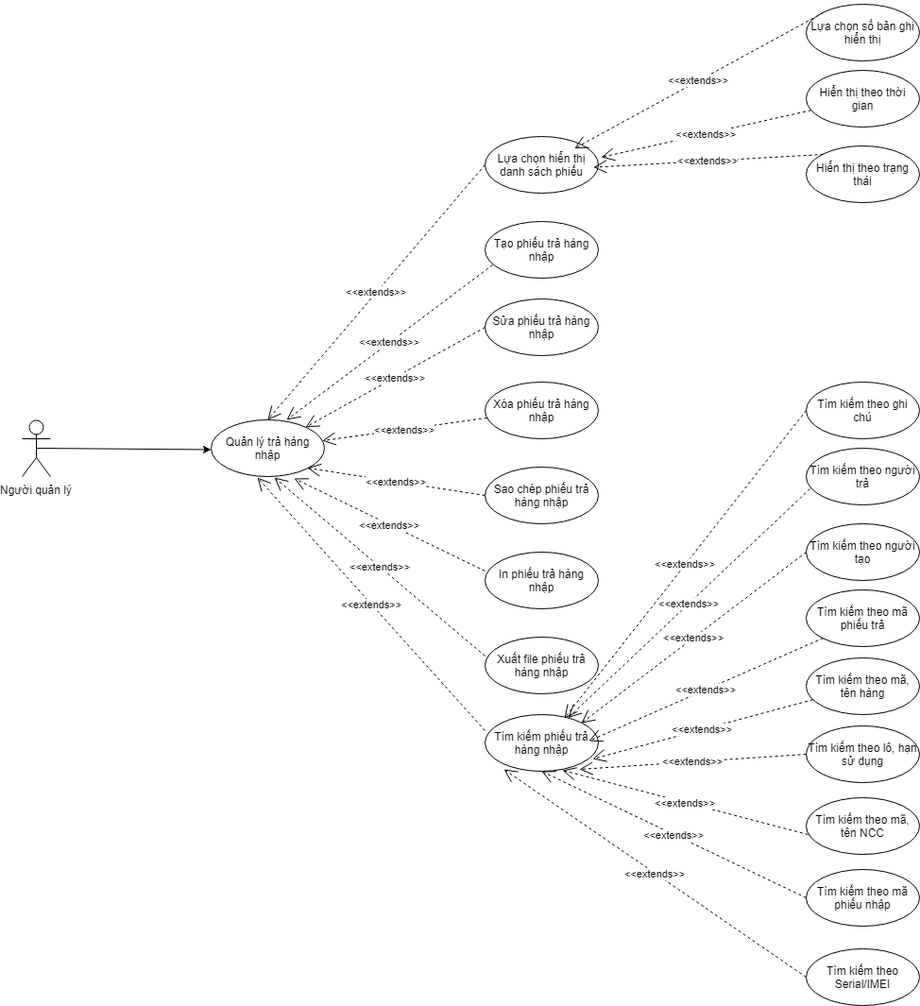
The draw.io diagram UC diagrams/UC quản lý trả hàng nhập.png in Linkadi98/Software-Requirement-Analystic, before a commit. Source tidied: cells renumbered, new cells last; positions are measured from the earlier drawing's top-left corner, leaving out a move shared by most shapes. Source of this version:
```xml
<mxGraphModel>
  <root>
    <mxCell id="0" />
    <mxCell id="1" parent="0" />
    <mxCell id="2" value="Người quản lý&lt;br&gt;" style="shape=umlActor;verticalLabelPosition=bottom;labelBackgroundColor=#ffffff;verticalAlign=top;html=1;outlineConnect=0;" parent="1" vertex="1">
      <mxGeometry y="440" width="30" height="60" as="geometry" />
    </mxCell>
    <mxCell id="3" style="endArrow=classic;html=1;exitX=0.5;exitY=0.5;exitDx=0;exitDy=0;exitPerimeter=0;" parent="1" edge="1" source="2">
      <mxGeometry relative="1" as="geometry">
        <mxPoint x="200" y="471.5" as="targetPoint" />
      </mxGeometry>
    </mxCell>
    <mxCell id="4" value="Quản lý trả hàng nhập&lt;br&gt;" style="ellipse;whiteSpace=wrap;html=1;" parent="1" vertex="1">
      <mxGeometry x="200" y="440" width="120" height="60" as="geometry" />
    </mxCell>
    <mxCell id="5" value="Sửa phiếu trả hàng nhập" style="ellipse;whiteSpace=wrap;html=1;" parent="1" vertex="1">
      <mxGeometry x="490" y="312" width="120" height="60" as="geometry" />
    </mxCell>
    <mxCell id="6" value="Xóa phiếu trả hàng nhập" style="ellipse;whiteSpace=wrap;html=1;" parent="1" vertex="1">
      <mxGeometry x="490" y="400" width="120" height="60" as="geometry" />
    </mxCell>
    <mxCell id="7" value="&amp;lt;&amp;lt;extends&amp;gt;&amp;gt;&lt;br&gt;" style="endArrow=open;endSize=12;dashed=1;html=1;exitX=0;exitY=0.5;exitDx=0;exitDy=0;" parent="1" edge="1" source="5" target="4">
      <mxGeometry relative="1" as="geometry" />
    </mxCell>
    <mxCell id="8" value="&amp;lt;&amp;lt;extends&amp;gt;&amp;gt;&lt;br&gt;" style="endArrow=open;endSize=12;dashed=1;html=1;" parent="1" edge="1" source="6" target="4">
      <mxGeometry relative="1" as="geometry" />
    </mxCell>
    <mxCell id="9" value="Sao chép phiếu trả hàng nhập" style="ellipse;whiteSpace=wrap;html=1;" parent="1" vertex="1">
      <mxGeometry x="490" y="490" width="120" height="60" as="geometry" />
    </mxCell>
    <mxCell id="10" value="&amp;lt;&amp;lt;extends&amp;gt;&amp;gt;&lt;br&gt;" style="endArrow=open;endSize=12;dashed=1;html=1;exitX=0;exitY=0.5;exitDx=0;exitDy=0;entryX=1;entryY=1;entryDx=0;entryDy=0;" parent="1" edge="1" source="9" target="4">
      <mxGeometry relative="1" as="geometry" />
    </mxCell>
    <mxCell id="11" value="In phiếu trả hàng nhập" style="ellipse;whiteSpace=wrap;html=1;" parent="1" vertex="1">
      <mxGeometry x="490" y="580" width="120" height="60" as="geometry" />
    </mxCell>
    <mxCell id="12" value="Xuất file phiếu trả hàng nhập" style="ellipse;whiteSpace=wrap;html=1;" parent="1" vertex="1">
      <mxGeometry x="490" y="670" width="120" height="60" as="geometry" />
    </mxCell>
    <mxCell id="13" value="&amp;lt;&amp;lt;extends&amp;gt;&amp;gt;&lt;br&gt;" style="endArrow=open;endSize=12;dashed=1;html=1;exitX=0;exitY=0.333;exitDx=0;exitDy=0;entryX=0.733;entryY=1.033;entryDx=0;entryDy=0;exitPerimeter=0;entryPerimeter=0;" parent="1" edge="1" source="11" target="4">
      <mxGeometry relative="1" as="geometry" />
    </mxCell>
    <mxCell id="14" value="&amp;lt;&amp;lt;extends&amp;gt;&amp;gt;&lt;br&gt;" style="endArrow=open;endSize=12;dashed=1;html=1;exitX=0;exitY=0.333;exitDx=0;exitDy=0;entryX=0.558;entryY=1.017;entryDx=0;entryDy=0;exitPerimeter=0;entryPerimeter=0;" parent="1" edge="1" source="12" target="4">
      <mxGeometry relative="1" as="geometry" />
    </mxCell>
    <mxCell id="15" value="Tạo phiếu trả hàng nhập" style="ellipse;whiteSpace=wrap;html=1;" parent="1" vertex="1">
      <mxGeometry x="490" y="230" width="120" height="60" as="geometry" />
    </mxCell>
    <mxCell id="16" value="&amp;lt;&amp;lt;extends&amp;gt;&amp;gt;&lt;br&gt;" style="endArrow=open;endSize=12;dashed=1;html=1;entryX=0.667;entryY=0;entryDx=0;entryDy=0;entryPerimeter=0;exitX=0.067;exitY=0.767;exitDx=0;exitDy=0;exitPerimeter=0;" parent="1" edge="1" source="15" target="4">
      <mxGeometry relative="1" as="geometry" />
    </mxCell>
    <mxCell id="17" value="Tìm kiếm phiếu trả hàng nhập" style="ellipse;whiteSpace=wrap;html=1;" parent="1" vertex="1">
      <mxGeometry x="490" y="752" width="120" height="60" as="geometry" />
    </mxCell>
    <mxCell id="18" value="&amp;lt;&amp;lt;extends&amp;gt;&amp;gt;&lt;br&gt;" style="endArrow=open;endSize=12;dashed=1;html=1;exitX=0;exitY=0.283;exitDx=0;exitDy=0;entryX=0.408;entryY=1.017;entryDx=0;entryDy=0;exitPerimeter=0;entryPerimeter=0;" parent="1" edge="1" source="17" target="4">
      <mxGeometry relative="1" as="geometry" />
    </mxCell>
    <mxCell id="19" value="Tìm kiếm theo mã phiếu trả" style="ellipse;whiteSpace=wrap;html=1;" parent="1" vertex="1">
      <mxGeometry x="830" y="620" width="120" height="60" as="geometry" />
    </mxCell>
    <mxCell id="20" value="Tìm kiếm theo mã, tên hàng" style="ellipse;whiteSpace=wrap;html=1;" parent="1" vertex="1">
      <mxGeometry x="830" y="692" width="120" height="60" as="geometry" />
    </mxCell>
    <mxCell id="21" value="Tìm kiếm theo lô, hạn sử dụng" style="ellipse;whiteSpace=wrap;html=1;" parent="1" vertex="1">
      <mxGeometry x="830" y="764" width="120" height="60" as="geometry" />
    </mxCell>
    <mxCell id="22" value="&amp;lt;&amp;lt;extends&amp;gt;&amp;gt;&lt;br&gt;" style="endArrow=open;endSize=12;dashed=1;html=1;exitX=0;exitY=1;exitDx=0;exitDy=0;" parent="1" edge="1" source="19">
      <mxGeometry relative="1" as="geometry">
        <mxPoint x="600" y="780" as="targetPoint" />
      </mxGeometry>
    </mxCell>
    <mxCell id="23" value="&amp;lt;&amp;lt;extends&amp;gt;&amp;gt;&lt;br&gt;" style="endArrow=open;endSize=12;dashed=1;html=1;entryX=0.95;entryY=0.783;entryDx=0;entryDy=0;entryPerimeter=0;" parent="1" edge="1" source="20" target="17">
      <mxGeometry relative="1" as="geometry" />
    </mxCell>
    <mxCell id="24" value="&amp;lt;&amp;lt;extends&amp;gt;&amp;gt;&lt;br&gt;" style="endArrow=open;endSize=12;dashed=1;html=1;exitX=0;exitY=0.5;exitDx=0;exitDy=0;entryX=0.833;entryY=0.967;entryDx=0;entryDy=0;entryPerimeter=0;" parent="1" edge="1" source="21" target="17">
      <mxGeometry relative="1" as="geometry" />
    </mxCell>
    <mxCell id="25" value="Tìm kiếm theo mã, tên NCC" style="ellipse;whiteSpace=wrap;html=1;" parent="1" vertex="1">
      <mxGeometry x="830" y="840" width="120" height="60" as="geometry" />
    </mxCell>
    <mxCell id="26" value="Tìm kiếm theo người tạo" style="ellipse;whiteSpace=wrap;html=1;" parent="1" vertex="1">
      <mxGeometry x="830" y="550" width="120" height="60" as="geometry" />
    </mxCell>
    <mxCell id="27" value="Tìm kiếm theo người trả" style="ellipse;whiteSpace=wrap;html=1;" parent="1" vertex="1">
      <mxGeometry x="830" y="470" width="120" height="60" as="geometry" />
    </mxCell>
    <mxCell id="28" value="Tìm kiếm theo ghi chú" style="ellipse;whiteSpace=wrap;html=1;" parent="1" vertex="1">
      <mxGeometry x="830" y="400" width="120" height="60" as="geometry" />
    </mxCell>
    <mxCell id="29" value="&amp;lt;&amp;lt;extends&amp;gt;&amp;gt;&lt;br&gt;" style="endArrow=open;endSize=12;dashed=1;html=1;exitX=0;exitY=0.5;exitDx=0;exitDy=0;entryX=1;entryY=0;entryDx=0;entryDy=0;" parent="1" edge="1" source="26" target="17">
      <mxGeometry relative="1" as="geometry" />
    </mxCell>
    <mxCell id="30" value="&amp;lt;&amp;lt;extends&amp;gt;&amp;gt;&lt;br&gt;" style="endArrow=open;endSize=12;dashed=1;html=1;exitX=0.033;exitY=0.717;exitDx=0;exitDy=0;exitPerimeter=0;" parent="1" edge="1" source="27" target="17">
      <mxGeometry relative="1" as="geometry" />
    </mxCell>
    <mxCell id="31" value="&amp;lt;&amp;lt;extends&amp;gt;&amp;gt;&lt;br&gt;" style="endArrow=open;endSize=12;dashed=1;html=1;exitX=0;exitY=0.5;exitDx=0;exitDy=0;entryX=0.7;entryY=0.067;entryDx=0;entryDy=0;entryPerimeter=0;" parent="1" edge="1" source="28" target="17">
      <mxGeometry relative="1" as="geometry" />
    </mxCell>
    <mxCell id="32" value="&amp;lt;&amp;lt;extends&amp;gt;&amp;gt;&lt;br&gt;" style="endArrow=open;endSize=12;dashed=1;html=1;exitX=0.017;exitY=0.65;exitDx=0;exitDy=0;entryX=0.683;entryY=0.983;entryDx=0;entryDy=0;entryPerimeter=0;exitPerimeter=0;" parent="1" edge="1" source="25" target="17">
      <mxGeometry relative="1" as="geometry" />
    </mxCell>
    <mxCell id="33" value="Lựa chọn hiển thị danh sách phiếu" style="ellipse;whiteSpace=wrap;html=1;" parent="1" vertex="1">
      <mxGeometry x="490" y="140" width="120" height="60" as="geometry" />
    </mxCell>
    <mxCell id="34" value="Lựa chọn số bản ghi hiển thị" style="ellipse;whiteSpace=wrap;html=1;" parent="1" vertex="1">
      <mxGeometry x="830" width="120" height="60" as="geometry" />
    </mxCell>
    <mxCell id="35" value="Hiển thị theo thời gian" style="ellipse;whiteSpace=wrap;html=1;" parent="1" vertex="1">
      <mxGeometry x="830" y="70" width="120" height="60" as="geometry" />
    </mxCell>
    <mxCell id="36" value="Hiển thị theo trạng thái" style="ellipse;whiteSpace=wrap;html=1;" parent="1" vertex="1">
      <mxGeometry x="830" y="150" width="120" height="60" as="geometry" />
    </mxCell>
    <mxCell id="37" value="&amp;lt;&amp;lt;extends&amp;gt;&amp;gt;&lt;br&gt;" style="endArrow=open;endSize=12;dashed=1;html=1;entryX=0.5;entryY=0;entryDx=0;entryDy=0;exitX=0;exitY=0.5;exitDx=0;exitDy=0;" parent="1" edge="1" source="33" target="4">
      <mxGeometry relative="1" as="geometry" />
    </mxCell>
    <mxCell id="38" value="&amp;lt;&amp;lt;extends&amp;gt;&amp;gt;&lt;br&gt;" style="endArrow=open;endSize=12;dashed=1;html=1;exitX=0;exitY=0;exitDx=0;exitDy=0;" parent="1" edge="1" source="34">
      <mxGeometry relative="1" as="geometry">
        <mxPoint x="584.7" y="152.7" as="targetPoint" />
      </mxGeometry>
    </mxCell>
    <mxCell id="39" value="&amp;lt;&amp;lt;extends&amp;gt;&amp;gt;&lt;br&gt;" style="endArrow=open;endSize=12;dashed=1;html=1;entryX=1.025;entryY=0.367;entryDx=0;entryDy=0;entryPerimeter=0;" parent="1" edge="1" source="35" target="33">
      <mxGeometry relative="1" as="geometry" />
    </mxCell>
    <mxCell id="40" value="&amp;lt;&amp;lt;extends&amp;gt;&amp;gt;&lt;br&gt;" style="endArrow=open;endSize=12;dashed=1;html=1;exitX=0;exitY=0;exitDx=0;exitDy=0;" parent="1" edge="1" source="36">
      <mxGeometry relative="1" as="geometry">
        <mxPoint x="604.7" y="172.7" as="targetPoint" />
      </mxGeometry>
    </mxCell>
    <mxCell id="41" value="Tìm kiếm theo mã phiếu nhập" style="ellipse;whiteSpace=wrap;html=1;" parent="1" vertex="1">
      <mxGeometry x="830" y="916" width="120" height="60" as="geometry" />
    </mxCell>
    <mxCell id="42" value="&amp;lt;&amp;lt;extends&amp;gt;&amp;gt;&lt;br&gt;" style="endArrow=open;endSize=12;dashed=1;html=1;exitX=0;exitY=0.5;exitDx=0;exitDy=0;entryX=0.5;entryY=1;entryDx=0;entryDy=0;" parent="1" edge="1" source="41" target="17">
      <mxGeometry relative="1" as="geometry" />
    </mxCell>
    <mxCell id="43" value="Tìm kiếm theo Serial/IMEI" style="ellipse;whiteSpace=wrap;html=1;" parent="1" vertex="1">
      <mxGeometry x="830" y="1000" width="120" height="60" as="geometry" />
    </mxCell>
    <mxCell id="44" value="&amp;lt;&amp;lt;extends&amp;gt;&amp;gt;&lt;br&gt;" style="endArrow=open;endSize=12;dashed=1;html=1;exitX=0;exitY=0.5;exitDx=0;exitDy=0;entryX=0.167;entryY=0.967;entryDx=0;entryDy=0;entryPerimeter=0;" parent="1" edge="1" source="43" target="17">
      <mxGeometry relative="1" as="geometry" />
    </mxCell>
  </root>
</mxGraphModel>
```
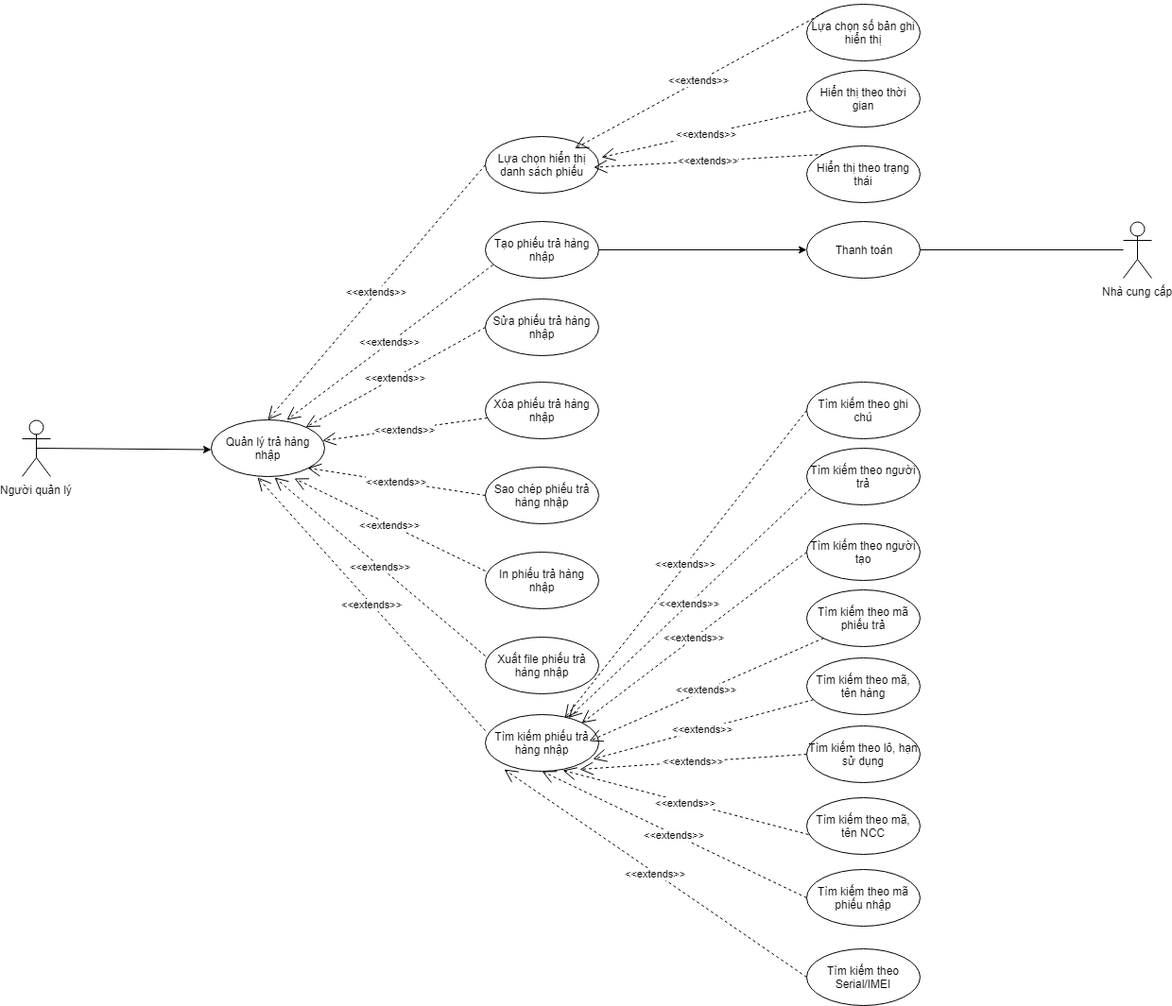
The same diagram one commit later.

What changed in the source:
```diff
@@ -139,5 +139,17 @@
     <mxCell id="44" value="&amp;lt;&amp;lt;extends&amp;gt;&amp;gt;&lt;br&gt;" style="endArrow=open;endSize=12;dashed=1;html=1;exitX=0;exitY=0.5;exitDx=0;exitDy=0;entryX=0.167;entryY=0.967;entryDx=0;entryDy=0;entryPerimeter=0;" parent="1" edge="1" source="43" target="17">
       <mxGeometry relative="1" as="geometry" />
     </mxCell>
+    <mxCell id="45" value="Thanh toán" style="ellipse;whiteSpace=wrap;html=1;" parent="1" vertex="1">
+      <mxGeometry x="830" y="230" width="120" height="60" as="geometry" />
+    </mxCell>
+    <mxCell id="46" style="endArrow=classic;html=1;exitX=1;exitY=0.5;exitDx=0;exitDy=0;" parent="1" edge="1" source="15" target="45">
+      <mxGeometry relative="1" as="geometry" />
+    </mxCell>
+    <mxCell id="47" value="Nhà cung cấp&lt;br&gt;" style="shape=umlActor;verticalLabelPosition=bottom;labelBackgroundColor=#ffffff;verticalAlign=top;html=1;outlineConnect=0;" parent="1" vertex="1">
+      <mxGeometry x="1165" y="230" width="30" height="60" as="geometry" />
+    </mxCell>
+    <mxCell id="48" style="endArrow=none;html=1;" parent="1" edge="1" source="45" target="47">
+      <mxGeometry relative="1" as="geometry" />
+    </mxCell>
   </root>
 </mxGraphModel>
```
